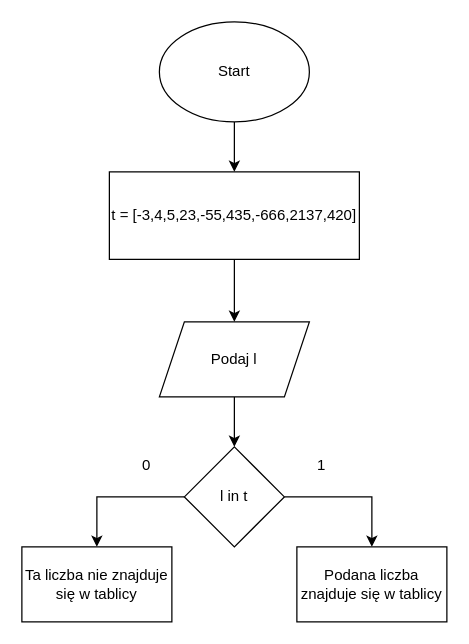
This is Diagram3.drawio from Jo3i/Algorytmy-i-Struktury-Danych, a draw.io file, before an edit. Source tidied: cells renumbered, new cells numbered last; positions are measured from the earlier drawing's top-left corner, leaving out a move shared by most shapes. Both pictures are drawn from the tidied source at 125%, with x=0, y=0 at pixel (21, 21).
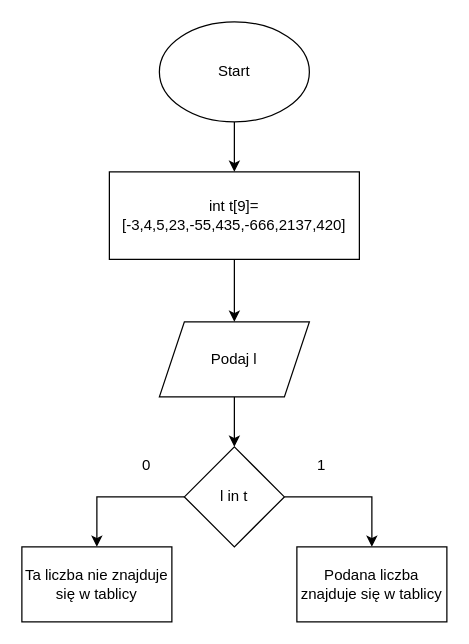
After the change.

Diff of the diagram source:
```diff
@@
 <mxGraphModel>
   <root>
     <mxCell id="0" />
     <mxCell id="1" parent="0" />
     <mxCell id="2" style="edgeStyle=orthogonalEdgeStyle;rounded=0;jettySize=auto;html=1;entryX=0.5;entryY=0;entryDx=0;entryDy=0;" parent="1" edge="1" source="3" target="7">
       <mxGeometry relative="1" as="geometry" />
     </mxCell>
     <mxCell id="3" value="Start" style="ellipse;whiteSpace=wrap;html=1;" parent="1" vertex="1">
       <mxGeometry x="110" width="120" height="80" as="geometry" />
     </mxCell>
     <mxCell id="4" style="edgeStyle=orthogonalEdgeStyle;rounded=0;jettySize=auto;html=1;entryX=0.5;entryY=0;entryDx=0;entryDy=0;" parent="1" edge="1" source="5" target="10">
       <mxGeometry relative="1" as="geometry" />
     </mxCell>
     <mxCell id="5" value="Podaj l" style="shape=parallelogram;perimeter=parallelogramPerimeter;whiteSpace=wrap;html=1;fixedSize=1;" parent="1" vertex="1">
       <mxGeometry x="110" y="240" width="120" height="60" as="geometry" />
     </mxCell>
     <mxCell id="6" style="edgeStyle=orthogonalEdgeStyle;rounded=0;jettySize=auto;html=1;" parent="1" edge="1" source="7" target="5">
       <mxGeometry relative="1" as="geometry" />
     </mxCell>
-    <mxCell id="7" value="t = [-3,4,5,23,-55,435,-666,2137,420]" style="rounded=0;whiteSpace=wrap;html=1;" parent="1" vertex="1">
+    <mxCell id="7" value="int t[9]= [-3,4,5,23,-55,435,-666,2137,420]" style="rounded=0;whiteSpace=wrap;html=1;" parent="1" vertex="1">
       <mxGeometry x="70" y="120" width="200" height="70" as="geometry" />
     </mxCell>
     <mxCell id="8" style="edgeStyle=orthogonalEdgeStyle;rounded=0;jettySize=auto;html=1;entryX=0.5;entryY=0;entryDx=0;entryDy=0;" parent="1" edge="1" source="10" target="11">
       <mxGeometry relative="1" as="geometry" />
     </mxCell>
     <mxCell id="9" style="edgeStyle=orthogonalEdgeStyle;rounded=0;jettySize=auto;html=1;entryX=0.5;entryY=0;entryDx=0;entryDy=0;" parent="1" edge="1" source="10" target="12">
       <mxGeometry relative="1" as="geometry" />
     </mxCell>
     <mxCell id="10" value="l in t" style="rhombus;whiteSpace=wrap;html=1;" parent="1" vertex="1">
       <mxGeometry x="130" y="340" width="80" height="80" as="geometry" />
     </mxCell>
     <mxCell id="11" value="Podana liczba znajduje się w tablicy" style="rounded=0;whiteSpace=wrap;html=1;" parent="1" vertex="1">
       <mxGeometry x="220" y="420" width="120" height="60" as="geometry" />
     </mxCell>
     <mxCell id="12" value="Ta liczba nie znajduje się w tablicy" style="rounded=0;whiteSpace=wrap;html=1;" parent="1" vertex="1">
       <mxGeometry y="420" width="120" height="60" as="geometry" />
     </mxCell>
     <mxCell id="13" value="1" style="text;html=1;strokeColor=none;fillColor=none;align=center;verticalAlign=middle;whiteSpace=wrap;rounded=0;" parent="1" vertex="1">
       <mxGeometry x="210" y="340" width="60" height="30" as="geometry" />
     </mxCell>
     <mxCell id="14" value="0" style="text;html=1;strokeColor=none;fillColor=none;align=center;verticalAlign=middle;whiteSpace=wrap;rounded=0;" parent="1" vertex="1">
       <mxGeometry x="70" y="340" width="60" height="30" as="geometry" />
     </mxCell>
   </root>
 </mxGraphModel>
```
